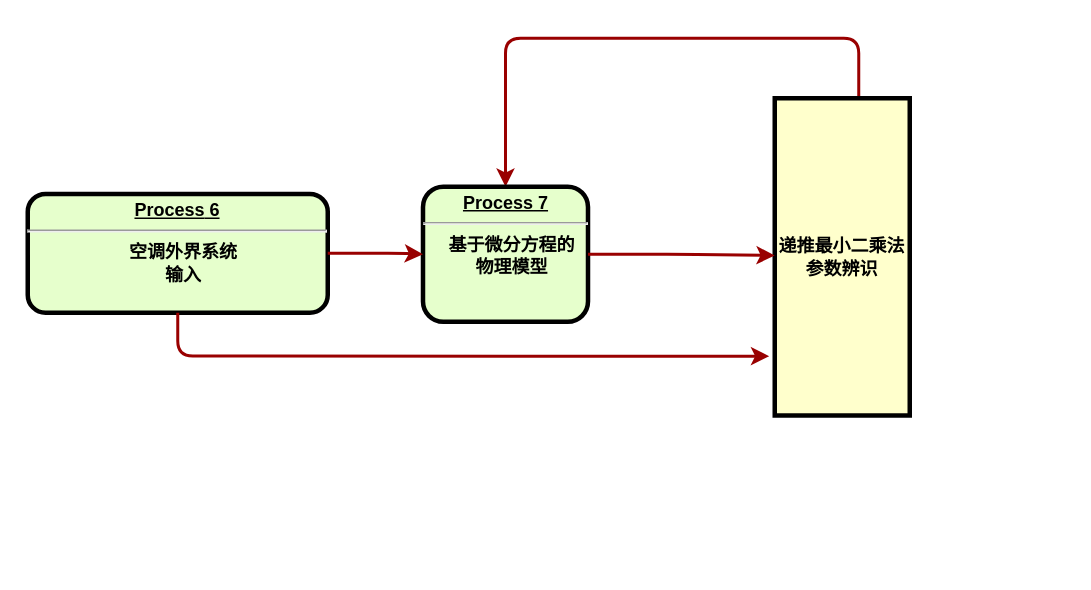
Above: 23-11-28.drawio in Ge-Minhappy/hello-world (draw.io), before the change. Source tidied: cells renumbered, new cells numbered last; positions are measured from the earlier drawing's top-left corner, leaving out a move shared by most shapes. Both pictures are drawn from the tidied source at 150%, with x=0, y=0 at pixel (27, 38).
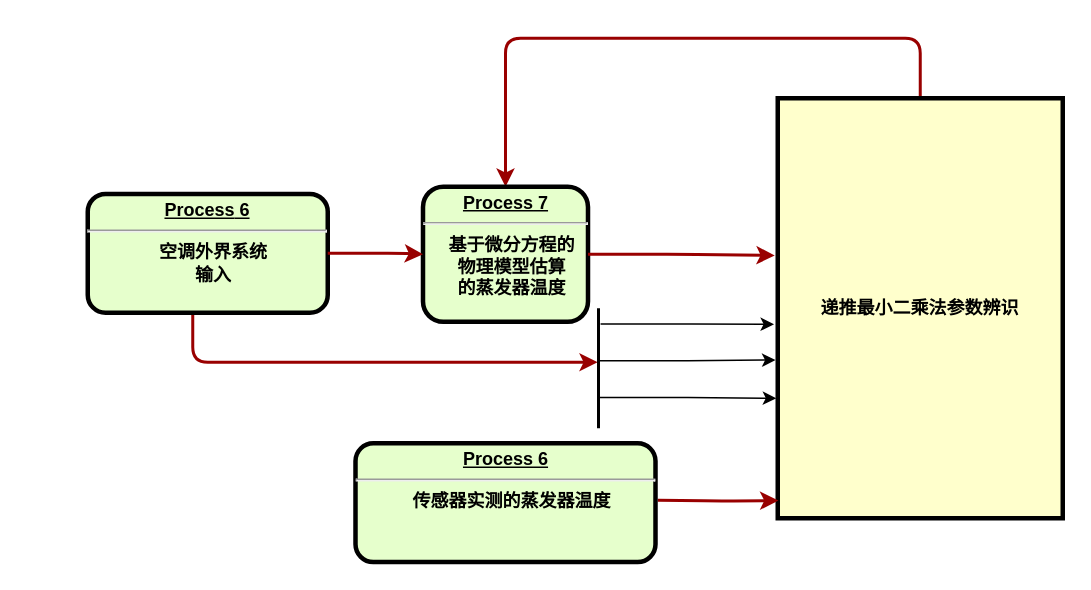
The same diagram, later.

What changed in the source:
```diff
@@
+    <mxCell id="9" style="edgeStyle=orthogonalEdgeStyle;rounded=1;orthogonalLoop=1;jettySize=auto;html=1;exitX=0.5;exitY=1;exitDx=0;exitDy=0;strokeColor=#990000;strokeWidth=2;" parent="1" edge="1">
+      <mxGeometry relative="1" as="geometry">
+        <mxPoint x="110" y="169" as="sourcePoint" />
+        <mxPoint x="380" y="216" as="targetPoint" />
+        <Array as="points">
+          <mxPoint x="110" y="216" />
+        </Array>
+      </mxGeometry>
+    </mxCell>
     <mxCell id="2" value="&lt;p style=&quot;margin: 0px; margin-top: 4px; text-align: center; text-decoration: underline;&quot;&gt;&lt;strong&gt;&lt;strong&gt;Process&lt;/strong&gt; 6&lt;br&gt;&lt;/strong&gt;&lt;/p&gt;&lt;hr&gt;&lt;p style=&quot;margin: 0px; margin-left: 8px;&quot;&gt;空调外界系统&lt;/p&gt;&lt;p style=&quot;margin: 0px; margin-left: 8px;&quot;&gt;输入&lt;/p&gt;" style="verticalAlign=middle;align=center;overflow=fill;fontSize=12;fontFamily=Helvetica;html=1;rounded=1;fontStyle=1;strokeWidth=3;fillColor=#E6FFCC;" parent="1" vertex="1">
-      <mxGeometry y="103.8" width="200" height="79.2" as="geometry" />
+      <mxGeometry x="40" y="103.8" width="160" height="79.2" as="geometry" />
     </mxCell>
-    <mxCell id="3" style="edgeStyle=orthogonalEdgeStyle;rounded=1;jettySize=auto;html=1;entryX=0.5;entryY=0;entryDx=0;entryDy=0;strokeColor=#990000;strokeWidth=2;" parent="1" edge="1" source="4" target="5">
+    <mxCell id="3" style="edgeStyle=orthogonalEdgeStyle;rounded=1;jettySize=auto;html=1;entryX=0.5;entryY=0;entryDx=0;entryDy=0;strokeColor=#990000;strokeWidth=2;exitX=0.5;exitY=0;exitDx=0;exitDy=0;" parent="1" edge="1" source="4" target="5">
       <mxGeometry relative="1" as="geometry">
         <Array as="points">
-          <mxPoint x="554" />
+          <mxPoint x="595" />
           <mxPoint x="319" />
         </Array>
       </mxGeometry>
     </mxCell>
     <mxCell id="4" value="递推最小二乘法参数辨识" style="whiteSpace=wrap;align=center;verticalAlign=middle;fontStyle=1;strokeWidth=3;fillColor=#FFFFCC;" parent="1" vertex="1">
-      <mxGeometry x="498" y="40" width="90" height="211.5" as="geometry" />
+      <mxGeometry x="500" y="40" width="190" height="280" as="geometry" />
     </mxCell>
-    <mxCell id="5" value="&lt;p style=&quot;margin: 0px; margin-top: 4px; text-align: center; text-decoration: underline;&quot;&gt;&lt;strong&gt;&lt;strong&gt;Process&lt;/strong&gt; 7&lt;br&gt;&lt;/strong&gt;&lt;/p&gt;&lt;hr&gt;&lt;p style=&quot;margin: 0px; margin-left: 8px;&quot;&gt;基于微分方程的&lt;/p&gt;&lt;p style=&quot;margin: 0px; margin-left: 8px;&quot;&gt;物理模型&lt;/p&gt;" style="verticalAlign=middle;align=center;overflow=fill;fontSize=12;fontFamily=Helvetica;html=1;rounded=1;fontStyle=1;strokeWidth=3;fillColor=#E6FFCC;" parent="1" vertex="1">
+    <mxCell id="5" value="&lt;p style=&quot;margin: 0px; margin-top: 4px; text-align: center; text-decoration: underline;&quot;&gt;&lt;strong&gt;&lt;strong&gt;Process&lt;/strong&gt; 7&lt;br&gt;&lt;/strong&gt;&lt;/p&gt;&lt;hr&gt;&lt;p style=&quot;margin: 0px; margin-left: 8px;&quot;&gt;基于微分方程的&lt;/p&gt;&lt;p style=&quot;margin: 0px; margin-left: 8px;&quot;&gt;物理模型估算&lt;/p&gt;&lt;p style=&quot;margin: 0px; margin-left: 8px;&quot;&gt;的蒸发器温度&lt;/p&gt;" style="verticalAlign=middle;align=center;overflow=fill;fontSize=12;fontFamily=Helvetica;html=1;rounded=1;fontStyle=1;strokeWidth=3;fillColor=#E6FFCC;" parent="1" vertex="1">
       <mxGeometry x="263.5" y="99" width="110" height="90" as="geometry" />
     </mxCell>
@@
-    <mxCell id="8" style="edgeStyle=orthogonalEdgeStyle;rounded=1;jettySize=auto;html=1;exitX=0.5;exitY=1;exitDx=0;exitDy=0;entryX=-0.041;entryY=0.813;entryDx=0;entryDy=0;entryPerimeter=0;strokeColor=#990000;strokeWidth=2;" parent="1" edge="1" source="2" target="4">
-      <mxGeometry relative="1" as="geometry" />
+    <mxCell id="8" style="edgeStyle=orthogonalEdgeStyle;rounded=1;orthogonalLoop=1;jettySize=auto;html=1;entryX=0.002;entryY=0.815;entryDx=0;entryDy=0;entryPerimeter=0;strokeColor=#990000;strokeWidth=2;" parent="1" edge="1">
+      <mxGeometry relative="1" as="geometry">
+        <mxPoint x="420" y="308" as="sourcePoint" />
+        <mxPoint x="500.4" y="308.2" as="targetPoint" />
+      </mxGeometry>
     </mxCell>
+    <mxCell id="10" value="&lt;p style=&quot;margin: 0px; margin-top: 4px; text-align: center; text-decoration: underline;&quot;&gt;&lt;strong&gt;&lt;strong&gt;Process&lt;/strong&gt; 6&lt;br&gt;&lt;/strong&gt;&lt;/p&gt;&lt;hr&gt;&lt;p style=&quot;margin: 0px; margin-left: 8px;&quot;&gt;传感器实测的蒸发器温度&lt;/p&gt;" style="verticalAlign=middle;align=center;overflow=fill;fontSize=12;fontFamily=Helvetica;html=1;rounded=1;fontStyle=1;strokeWidth=3;fillColor=#E6FFCC;" parent="1" vertex="1">
+      <mxGeometry x="218.5" y="270" width="200" height="79.2" as="geometry" />
+    </mxCell>
+    <mxCell id="11" style="edgeStyle=orthogonalEdgeStyle;rounded=0;jettySize=auto;html=1;exitX=0.131;exitY=0.362;exitDx=0;exitDy=0;exitPerimeter=0;entryX=-0.013;entryY=0.538;entryDx=0;entryDy=0;entryPerimeter=0;" parent="1" edge="1" source="12" target="4">
+      <mxGeometry relative="1" as="geometry" />
+    </mxCell>
+    <mxCell id="12" style="line;strokeWidth=2;direction=south;html=1;" parent="1" vertex="1">
+      <mxGeometry x="375.5" y="180" width="10" height="80" as="geometry" />
+    </mxCell>
+    <mxCell id="13" style="edgeStyle=orthogonalEdgeStyle;rounded=0;orthogonalLoop=1;jettySize=auto;html=1;exitX=0.131;exitY=0.362;exitDx=0;exitDy=0;exitPerimeter=0;entryX=-0.013;entryY=0.538;entryDx=0;entryDy=0;entryPerimeter=0;" parent="1" edge="1">
+      <mxGeometry relative="1" as="geometry">
+        <mxPoint x="380.5" y="213.5" as="sourcePoint" />
+        <mxPoint x="498.5" y="214.5" as="targetPoint" />
+        <Array as="points">
+          <mxPoint x="381" y="215" />
+          <mxPoint x="440" y="215" />
+        </Array>
+      </mxGeometry>
+    </mxCell>
+    <mxCell id="14" style="edgeStyle=orthogonalEdgeStyle;rounded=0;orthogonalLoop=1;jettySize=auto;html=1;exitX=0.131;exitY=0.362;exitDx=0;exitDy=0;exitPerimeter=0;" parent="1" edge="1">
+      <mxGeometry relative="1" as="geometry">
+        <mxPoint x="380.5" y="239.5" as="sourcePoint" />
+        <mxPoint x="499" y="240" as="targetPoint" />
+        <Array as="points">
+          <mxPoint x="440" y="240" />
+        </Array>
+      </mxGeometry>
+    </mxCell>
```
